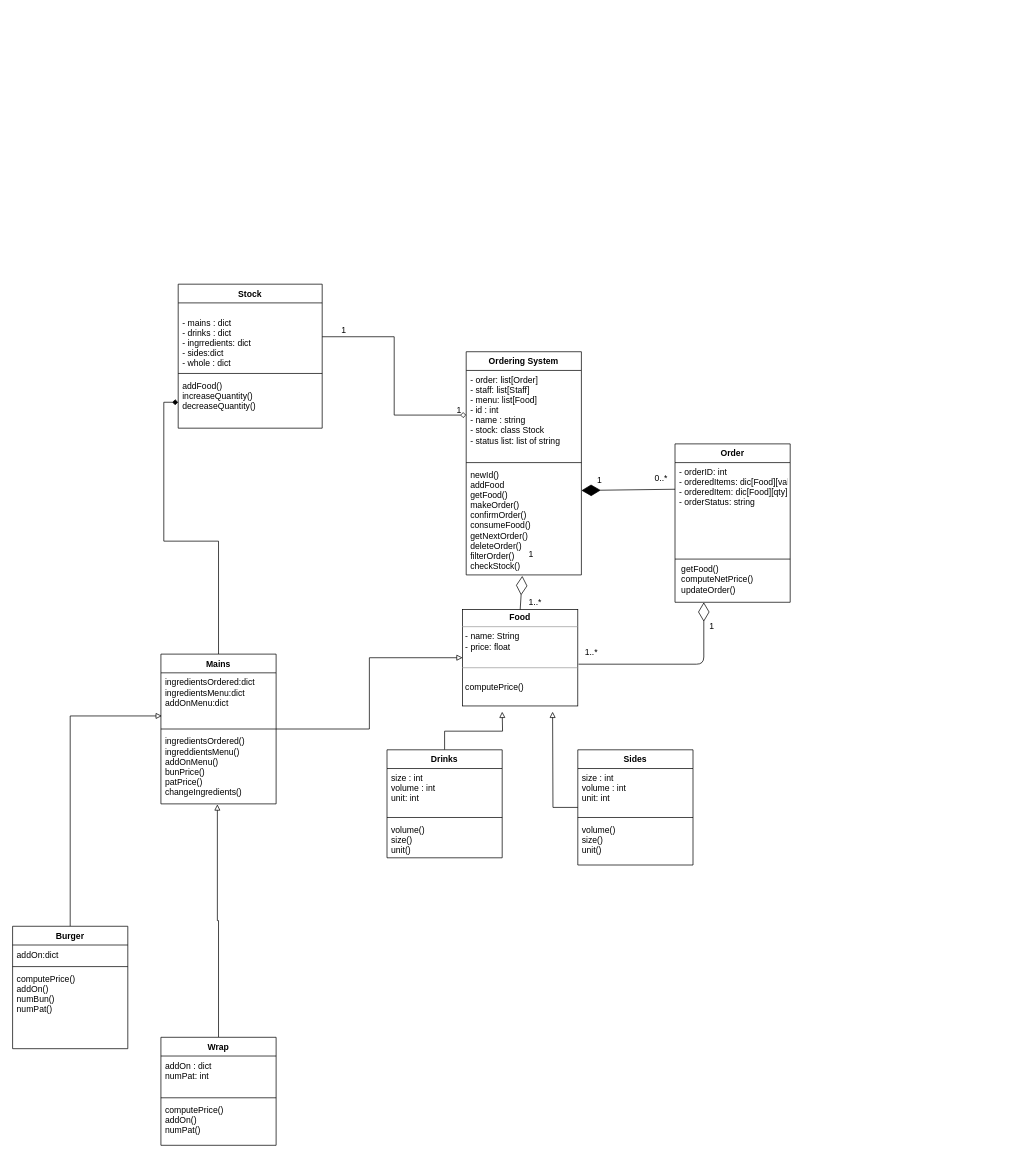
Before: final-report/UML.drawio in Aussie-Panda/Food-Ordering-System, a draw.io diagram. Source tidied: cells renumbered, new cells numbered last; positions are measured from the earlier drawing's top-left corner, leaving out a move shared by most shapes. Both pictures are drawn from the tidied source at 72%, with x=0, y=0 at pixel (12, 284).
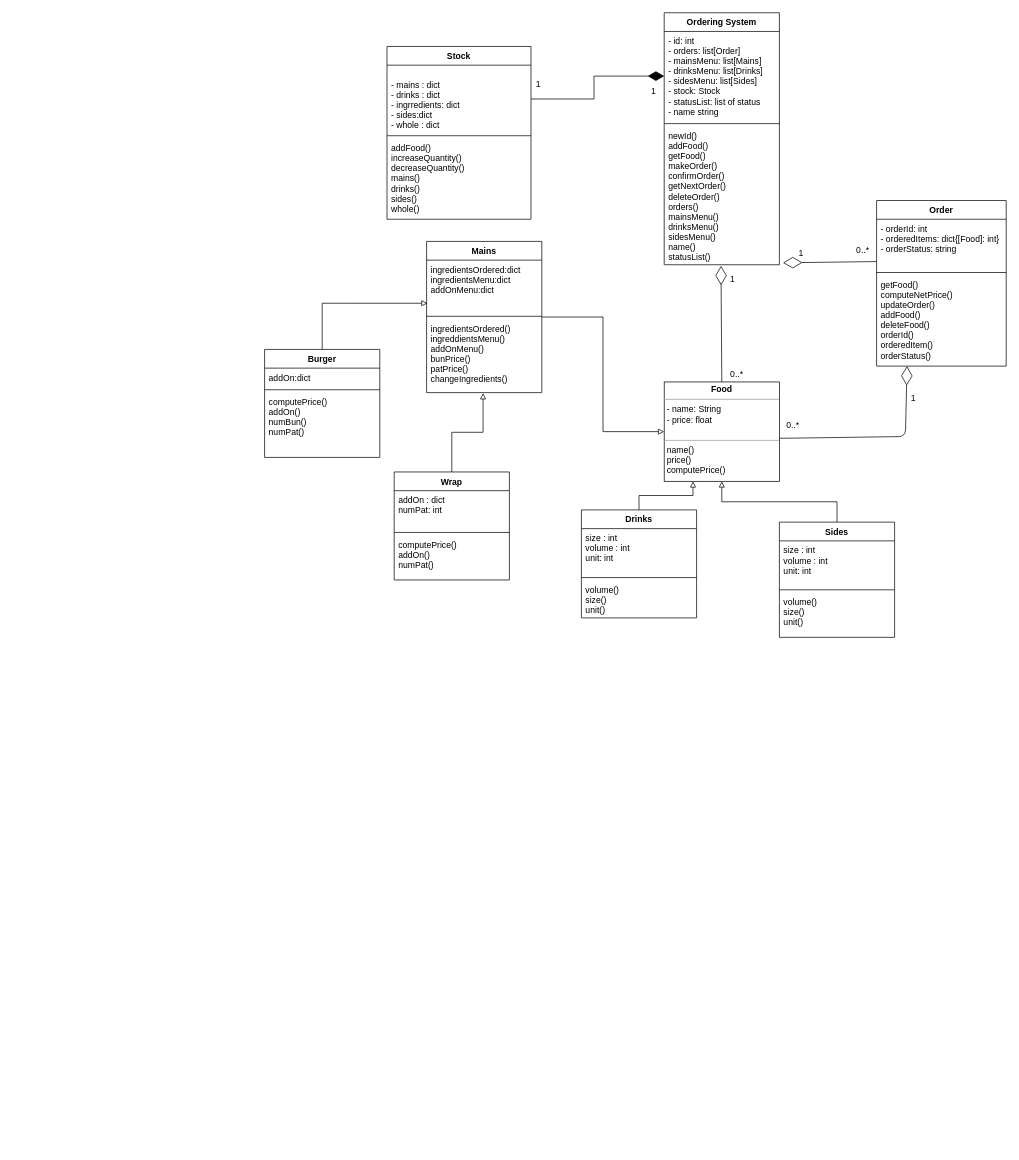
The same page after the edit.

Commit message (it also covers changes not shown here):
final report uml

Unchanged cells that the change refers to:
```xml
<mxCell id="15" value="&#10;- mains : dict&#10;- drinks : dict&#10;- ingrredients: dict&#10;- sides:dict&#10;- whole : dict" style="text;strokeColor=none;fillColor=none;align=left;verticalAlign=top;spacingLeft=4;spacingRight=4;overflow=hidden;points=[[0,0.5],[1,0.5]];portConstraint=eastwest;" parent="14" vertex="1">
  <mxGeometry y="26" width="200" height="94" as="geometry" />
</mxCell>
```

The edit, as a diff of the source:
```diff
@@
-    <mxCell id="2" style="edgeStyle=orthogonalEdgeStyle;rounded=0;orthogonalLoop=1;jettySize=auto;html=1;entryX=1;entryY=0.5;entryDx=0;entryDy=0;endArrow=block;endFill=0;" parent="1" edge="1">
-      <mxGeometry relative="1" as="geometry">
-        <mxPoint x="114.4" y="1096" as="sourcePoint" />
-      </mxGeometry>
-    </mxCell>
-    <mxCell id="3" value="Order" style="swimlane;fontStyle=1;align=center;verticalAlign=top;horizontal=1;startSize=26;" parent="1" vertex="1">
-      <mxGeometry x="920" y="222" width="160" height="220" as="geometry" />
-    </mxCell>
-    <mxCell id="4" value="- orderID: int&#10;- orderedItems: dic[Food][val]&#10;- orderedItem: dic[Food][qty]&#10;- orderStatus: string" style="text;strokeColor=none;fillColor=none;align=left;verticalAlign=top;spacingLeft=4;spacingRight=4;overflow=hidden;" parent="3" vertex="1">
-      <mxGeometry y="26" width="160" height="74" as="geometry" />
-    </mxCell>
-    <mxCell id="5" style="line;strokeWidth=1;fillColor=none;align=left;verticalAlign=middle;spacingTop=-1;spacingLeft=3;spacingRight=3;labelPosition=right;" parent="3" vertex="1">
-      <mxGeometry y="100" width="160" height="120" as="geometry" />
-    </mxCell>
-    <mxCell id="6" value="&lt;p style=&quot;margin: 0px ; margin-top: 4px ; text-align: center&quot;&gt;&lt;b&gt;Food&lt;/b&gt;&lt;/p&gt;&lt;hr size=&quot;1&quot;&gt;&lt;p style=&quot;margin: 0px ; margin-left: 4px&quot;&gt;- name: String&lt;/p&gt;&lt;p style=&quot;margin: 0px ; margin-left: 4px&quot;&gt;- price: float&lt;/p&gt;&lt;p style=&quot;margin: 0px ; margin-left: 4px&quot;&gt;&lt;br&gt;&lt;/p&gt;&lt;hr size=&quot;1&quot;&gt;&lt;p style=&quot;margin: 0px ; margin-left: 4px&quot;&gt;&lt;br&gt;&lt;/p&gt;&lt;p style=&quot;margin: 0px ; margin-left: 4px&quot;&gt;computePrice()&lt;br&gt;&lt;/p&gt;&lt;div&gt;&lt;br&gt;&lt;/div&gt;" style="verticalAlign=top;align=left;overflow=fill;fontSize=12;fontFamily=Helvetica;html=1;" parent="1" vertex="1">
-      <mxGeometry x="625" y="452" width="160" height="134" as="geometry" />
-    </mxCell>
+    <mxCell id="55" style="edgeStyle=orthogonalEdgeStyle;rounded=0;orthogonalLoop=1;jettySize=auto;html=1;entryX=1;entryY=0.5;entryDx=0;entryDy=0;endArrow=block;endFill=0;" parent="1" edge="1">
+      <mxGeometry relative="1" as="geometry">
+        <mxPoint x="394.4" y="779.8" as="sourcePoint" />
+      </mxGeometry>
+    </mxCell>
+    <mxCell id="56" value="&lt;p style=&quot;margin: 0px ; margin-top: 4px ; text-align: center&quot;&gt;&lt;b&gt;Food&lt;/b&gt;&lt;/p&gt;&lt;hr size=&quot;1&quot;&gt;&lt;p style=&quot;margin: 0px ; margin-left: 4px&quot;&gt;- name: String&lt;/p&gt;&lt;p style=&quot;margin: 0px ; margin-left: 4px&quot;&gt;- price: float&lt;/p&gt;&lt;p style=&quot;margin: 0px ; margin-left: 4px&quot;&gt;&lt;br&gt;&lt;/p&gt;&lt;hr size=&quot;1&quot;&gt;&lt;p style=&quot;margin: 0px ; margin-left: 4px&quot;&gt;name()&lt;/p&gt;&lt;p style=&quot;margin: 0px ; margin-left: 4px&quot;&gt;price()&lt;/p&gt;&lt;p style=&quot;margin: 0px ; margin-left: 4px&quot;&gt;computePrice()&lt;/p&gt;&lt;p style=&quot;margin: 0px ; margin-left: 4px&quot;&gt;&lt;br&gt;&lt;/p&gt;" style="verticalAlign=top;align=left;overflow=fill;fontSize=12;fontFamily=Helvetica;html=1;" parent="1" vertex="1">
+      <mxGeometry x="905" y="136" width="160" height="138" as="geometry" />
+    </mxCell>
     <mxCell id="7" value="1&lt;br&gt;" style="text;html=1;align=left;verticalAlign=top;spacingTop=-4;" parent="1" vertex="1">
-      <mxGeometry x="966" y="465" width="20" height="20" as="geometry" />
+      <mxGeometry x="1246" y="148.8" width="20" height="20" as="geometry" />
     </mxCell>
-    <mxCell id="8" style="endArrow=diamondThin;endFill=0;endSize=24;html=1;exitX=0.5;exitY=0;exitDx=0;exitDy=0;entryX=0.487;entryY=1.009;entryDx=0;entryDy=0;entryPerimeter=0;" parent="1" edge="1" source="6" target="22">
-      <mxGeometry relative="1" as="geometry" />
-    </mxCell>
-    <mxCell id="9" value="0..*" style="text;html=1;align=left;verticalAlign=top;spacingTop=-4;" parent="1" vertex="1">
-      <mxGeometry x="890" y="260" width="30" height="20" as="geometry" />
-    </mxCell>
-    <mxCell id="10" value="1" style="text;html=1;align=left;verticalAlign=top;spacingTop=-4;" parent="1" vertex="1">
-      <mxGeometry x="715" y="366" width="20" height="20" as="geometry" />
-    </mxCell>
-    <mxCell id="11" value="1..*" style="text;html=1;align=left;verticalAlign=top;spacingTop=-4;" parent="1" vertex="1">
-      <mxGeometry x="715" y="432" width="30" height="20" as="geometry" />
-    </mxCell>
-    <mxCell id="12" style="endArrow=diamondThin;endFill=0;endSize=24;html=1;exitX=1.006;exitY=0.567;exitDx=0;exitDy=0;exitPerimeter=0;entryX=0.25;entryY=1;entryDx=0;entryDy=0;" parent="1" edge="1" source="6" target="3">
-      <mxGeometry relative="1" as="geometry">
-        <Array as="points">
-          <mxPoint x="960" y="528" />
-        </Array>
-      </mxGeometry>
-    </mxCell>
-    <mxCell id="13" style="endArrow=diamondThin;endFill=1;endSize=24;html=1;exitX=0;exitY=0.601;exitDx=0;exitDy=0;entryX=1;entryY=0.658;entryDx=0;entryDy=0;exitPerimeter=0;entryPerimeter=0;" parent="1" edge="1">
-      <mxGeometry relative="1" as="geometry">
-        <mxPoint x="920" y="285" as="sourcePoint" />
-        <mxPoint x="790" y="286.7" as="targetPoint" />
-      </mxGeometry>
-    </mxCell>
+    <mxCell id="57" style="endArrow=diamondThin;endFill=0;endSize=24;html=1;exitX=0.5;exitY=0;exitDx=0;exitDy=0;entryX=0.493;entryY=1.008;entryDx=0;entryDy=0;entryPerimeter=0;" parent="1" edge="1" source="56" target="80">
+      <mxGeometry relative="1" as="geometry" />
+    </mxCell>
+    <mxCell id="58" value="0..*" style="text;html=1;align=left;verticalAlign=top;spacingTop=-4;" parent="1" vertex="1">
+      <mxGeometry x="1170" y="-56.2" width="30" height="20" as="geometry" />
+    </mxCell>
+    <mxCell id="59" value="1" style="text;html=1;align=left;verticalAlign=top;spacingTop=-4;" parent="1" vertex="1">
+      <mxGeometry x="995" y="-16.2" width="20" height="20" as="geometry" />
+    </mxCell>
+    <mxCell id="60" value="0..*" style="text;html=1;align=left;verticalAlign=top;spacingTop=-4;" parent="1" vertex="1">
+      <mxGeometry x="995" y="115.8" width="30" height="20" as="geometry" />
+    </mxCell>
+    <mxCell id="61" style="endArrow=diamondThin;endFill=0;endSize=24;html=1;exitX=1.006;exitY=0.567;exitDx=0;exitDy=0;exitPerimeter=0;entryX=0.235;entryY=1;entryDx=0;entryDy=0;entryPerimeter=0;" parent="1" edge="1" source="56" target="78">
+      <mxGeometry relative="1" as="geometry">
+        <Array as="points">
+          <mxPoint x="1240" y="211.8" />
+        </Array>
+      </mxGeometry>
+    </mxCell>
+    <mxCell id="62" style="endArrow=diamondThin;endFill=0;endSize=24;html=1;exitX=0;exitY=0.601;exitDx=0;exitDy=0;entryX=1;entryY=0.658;entryDx=0;entryDy=0;exitPerimeter=0;entryPerimeter=0;" parent="1" edge="1">
+      <mxGeometry relative="1" as="geometry">
+        <mxPoint x="1200" y="-31.2" as="sourcePoint" />
+        <mxPoint x="1070" y="-29.5" as="targetPoint" />
+      </mxGeometry>
+    </mxCell>
     <mxCell id="14" value="Stock" style="swimlane;fontStyle=1;align=center;verticalAlign=top;horizontal=1;startSize=26;" parent="1" vertex="1">
-      <mxGeometry x="230" y="0.2" width="200" height="200" as="geometry" />
+      <mxGeometry x="520" y="-330" width="200" height="240" as="geometry" />
     </mxCell>
@@
-    <mxCell id="17" value="addFood()&#10;increaseQuantity()&#10;decreaseQuantity()" style="text;strokeColor=none;fillColor=none;align=left;verticalAlign=top;spacingLeft=4;spacingRight=4;overflow=hidden;points=[[0,0.5],[1,0.5]];portConstraint=eastwest;" parent="14" vertex="1">
-      <mxGeometry y="128" width="200" height="72" as="geometry" />
-    </mxCell>
-    <mxCell id="18" style="edgeStyle=orthogonalEdgeStyle;rounded=0;orthogonalLoop=1;jettySize=auto;html=1;exitX=0.5;exitY=1;exitDx=0;exitDy=0;endArrow=block;endFill=0;" parent="1" edge="1">
-      <mxGeometry relative="1" as="geometry">
-        <mxPoint x="1234.4" y="987" as="sourcePoint" />
-        <mxPoint x="1234.4" y="986.5" as="targetPoint" />
-      </mxGeometry>
-    </mxCell>
-    <mxCell id="19" value="Ordering System&#10;&#10;" style="swimlane;fontStyle=1;align=center;verticalAlign=top;horizontal=1;startSize=26;" parent="1" vertex="1">
-      <mxGeometry x="630" y="94" width="160" height="310" as="geometry" />
-    </mxCell>
-    <mxCell id="20" value="- order: list[Order]&#10;- staff: list[Staff]&#10;- menu: list[Food]&#10;- id : int&#10;- name : string&#10;- stock: class Stock&#10;- status list: list of string&#10;&#10;" style="text;strokeColor=none;fillColor=none;align=left;verticalAlign=top;spacingLeft=4;spacingRight=4;overflow=hidden;points=[[0,0.5],[1,0.5]];portConstraint=eastwest;" parent="19" vertex="1">
-      <mxGeometry y="26" width="160" height="124" as="geometry" />
-    </mxCell>
-    <mxCell id="21" style="line;strokeWidth=1;fillColor=none;align=left;verticalAlign=middle;spacingTop=-1;spacingLeft=3;spacingRight=3;labelPosition=right;" parent="19" vertex="1">
-      <mxGeometry y="150" width="160" height="8" as="geometry" />
-    </mxCell>
-    <mxCell id="22" value="newId()&#10;addFood&#10;getFood()&#10;makeOrder()&#10;confirmOrder()&#10;consumeFood()&#10;getNextOrder()&#10;deleteOrder()&#10;filterOrder()&#10;checkStock()" style="text;strokeColor=none;fillColor=none;align=left;verticalAlign=top;spacingLeft=4;spacingRight=4;overflow=hidden;points=[[0,0.5],[1,0.5]];portConstraint=eastwest;" parent="19" vertex="1">
-      <mxGeometry y="158" width="160" height="152" as="geometry" />
-    </mxCell>
-    <mxCell id="23" value="1" style="text;html=1;align=left;verticalAlign=top;spacingTop=-4;" parent="1" vertex="1">
-      <mxGeometry x="810" y="263" width="20" height="20" as="geometry" />
-    </mxCell>
-    <mxCell id="24" value="1..*" style="text;html=1;align=left;verticalAlign=top;spacingTop=-4;" parent="1" vertex="1">
-      <mxGeometry x="793" y="502" width="30" height="20" as="geometry" />
-    </mxCell>
-    <mxCell id="25" value="getFood()&lt;br&gt;computeNetPrice()&lt;br&gt;updateOrder()&lt;br&gt;" style="text;html=1;align=left;verticalAlign=top;spacingTop=-4;" parent="1" vertex="1">
-      <mxGeometry x="927" y="387" width="120" height="40" as="geometry" />
-    </mxCell>
-    <mxCell id="26" style="edgeStyle=orthogonalEdgeStyle;rounded=0;jettySize=auto;html=1;entryX=0;entryY=0.5;entryDx=0;entryDy=0;endArrow=block;endFill=0;" parent="1" edge="1" source="28" target="6">
-      <mxGeometry relative="1" as="geometry" />
-    </mxCell>
-    <mxCell id="27" style="edgeStyle=orthogonalEdgeStyle;rounded=0;jettySize=auto;html=1;endArrow=diamond;endFill=1;strokeWidth=1;" parent="1" edge="1" source="28" target="17">
-      <mxGeometry relative="1" as="geometry" />
-    </mxCell>
+    <mxCell id="63" value="addFood()&#10;increaseQuantity()&#10;decreaseQuantity()&#10;mains()&#10;drinks()&#10;sides()&#10;whole()&#10;" style="text;strokeColor=none;fillColor=none;align=left;verticalAlign=top;spacingLeft=4;spacingRight=4;overflow=hidden;" parent="14" vertex="1">
+      <mxGeometry y="128" width="200" height="112" as="geometry" />
+    </mxCell>
+    <mxCell id="64" value="1" style="text;html=1;align=left;verticalAlign=top;spacingTop=-4;" parent="1" vertex="1">
+      <mxGeometry x="1090" y="-53.2" width="20" height="20" as="geometry" />
+    </mxCell>
+    <mxCell id="65" value="0..*" style="text;html=1;align=left;verticalAlign=top;spacingTop=-4;" parent="1" vertex="1">
+      <mxGeometry x="1073" y="185.8" width="30" height="20" as="geometry" />
+    </mxCell>
+    <mxCell id="66" style="edgeStyle=orthogonalEdgeStyle;rounded=0;jettySize=auto;html=1;entryX=0;entryY=0.5;entryDx=0;entryDy=0;endArrow=block;endFill=0;" parent="1" edge="1" source="28" target="56">
+      <mxGeometry relative="1" as="geometry" />
+    </mxCell>
     <mxCell id="28" value="Mains" style="swimlane;fontStyle=1;align=center;verticalAlign=top;horizontal=1;startSize=26;" parent="1" vertex="1">
-      <mxGeometry x="206" y="514" width="160" height="208" as="geometry" />
+      <mxGeometry x="575" y="-59.2" width="160" height="210" as="geometry" />
     </mxCell>
@@
     <mxCell id="31" value="ingredientsOrdered()&#10;ingreddientsMenu()&#10;addOnMenu()&#10;bunPrice()&#10;patPrice()&#10;changeIngredients()&#10;" style="text;strokeColor=none;fillColor=none;align=left;verticalAlign=top;spacingLeft=4;spacingRight=4;overflow=hidden;points=[[0,0.5],[1,0.5]];portConstraint=eastwest;" parent="28" vertex="1">
-      <mxGeometry y="108" width="160" height="100" as="geometry" />
+      <mxGeometry y="108" width="160" height="102" as="geometry" />
     </mxCell>
@@
     <mxCell id="33" value="Burger" style="swimlane;fontStyle=1;align=center;verticalAlign=top;horizontal=1;startSize=26;" parent="1" vertex="1">
-      <mxGeometry y="892" width="160" height="170" as="geometry" />
+      <mxGeometry x="350" y="90.8" width="160" height="150" as="geometry" />
     </mxCell>
@@
     <mxCell id="36" value="computePrice()&#10;addOn()&#10;numBun()&#10;numPat()&#10;" style="text;strokeColor=none;fillColor=none;align=left;verticalAlign=top;spacingLeft=4;spacingRight=4;overflow=hidden;" parent="33" vertex="1">
-      <mxGeometry y="60" width="160" height="110" as="geometry" />
+      <mxGeometry y="60" width="160" height="90" as="geometry" />
     </mxCell>
@@
     <mxCell id="38" value="Wrap" style="swimlane;fontStyle=1;align=center;verticalAlign=top;horizontal=1;startSize=26;" parent="1" vertex="1">
-      <mxGeometry x="206" y="1046.2" width="160" height="150" as="geometry" />
+      <mxGeometry x="530" y="261" width="160" height="150" as="geometry" />
     </mxCell>
@@
-    <mxCell id="42" style="edgeStyle=orthogonalEdgeStyle;rounded=0;jettySize=auto;html=1;endArrow=block;endFill=0;" parent="1" edge="1" source="43">
-      <mxGeometry relative="1" as="geometry">
-        <mxPoint x="680" y="594" as="targetPoint" />
-      </mxGeometry>
-    </mxCell>
+    <mxCell id="67" style="edgeStyle=orthogonalEdgeStyle;rounded=0;jettySize=auto;html=1;endArrow=block;endFill=0;entryX=0.25;entryY=1;entryDx=0;entryDy=0;" parent="1" edge="1" source="43" target="56">
+      <mxGeometry relative="1" as="geometry" />
+    </mxCell>
     <mxCell id="43" value="Drinks" style="swimlane;fontStyle=1;align=center;verticalAlign=top;horizontal=1;startSize=26;" parent="1" vertex="1">
-      <mxGeometry x="520" y="646.9" width="160" height="150" as="geometry" />
+      <mxGeometry x="790" y="313.7" width="160" height="150" as="geometry" />
     </mxCell>
-    <mxCell id="44" value="size : int&#10;volume : int&#10;unit: int&#10;" style="text;strokeColor=none;fillColor=none;align=left;verticalAlign=top;spacingLeft=4;spacingRight=4;overflow=hidden;" parent="43" vertex="1">
-      <mxGeometry y="26" width="160" height="64" as="geometry" />
-    </mxCell>
-    <mxCell id="45" style="line;strokeWidth=1;fillColor=none;align=left;verticalAlign=middle;spacingTop=-1;spacingLeft=3;spacingRight=3;labelPosition=right;" parent="43" vertex="1">
-      <mxGeometry y="90" width="160" height="8" as="geometry" />
-    </mxCell>
+    <mxCell id="68" value="size : int&#10;volume : int&#10;unit: int&#10;" style="text;strokeColor=none;fillColor=none;align=left;verticalAlign=top;spacingLeft=4;spacingRight=4;overflow=hidden;" parent="43" vertex="1">
+      <mxGeometry y="26" width="160" height="64" as="geometry" />
+    </mxCell>
+    <mxCell id="69" style="line;strokeWidth=1;fillColor=none;align=left;verticalAlign=middle;spacingTop=-1;spacingLeft=3;spacingRight=3;labelPosition=right;" parent="43" vertex="1">
+      <mxGeometry y="90" width="160" height="8" as="geometry" />
+    </mxCell>
@@
-    <mxCell id="47" style="edgeStyle=orthogonalEdgeStyle;rounded=0;jettySize=auto;html=1;endArrow=block;endFill=0;" parent="1" edge="1" source="48">
-      <mxGeometry relative="1" as="geometry">
-        <mxPoint x="750" y="594" as="targetPoint" />
-      </mxGeometry>
-    </mxCell>
+    <mxCell id="70" style="edgeStyle=orthogonalEdgeStyle;rounded=0;jettySize=auto;html=1;endArrow=block;endFill=0;" parent="1" edge="1" source="48" target="56">
+      <mxGeometry relative="1" as="geometry" />
+    </mxCell>
     <mxCell id="48" value="Sides" style="swimlane;fontStyle=1;align=center;verticalAlign=top;horizontal=1;startSize=26;" parent="1" vertex="1">
-      <mxGeometry x="785" y="646.9" width="160" height="160" as="geometry" />
+      <mxGeometry x="1065" y="330.7" width="160" height="160" as="geometry" />
     </mxCell>
-    <mxCell id="49" value="size : int&#10;volume : int&#10;unit: int&#10;" style="text;strokeColor=none;fillColor=none;align=left;verticalAlign=top;spacingLeft=4;spacingRight=4;overflow=hidden;" parent="48" vertex="1">
-      <mxGeometry y="26" width="160" height="64" as="geometry" />
-    </mxCell>
-    <mxCell id="50" style="line;strokeWidth=1;fillColor=none;align=left;verticalAlign=middle;spacingTop=-1;spacingLeft=3;spacingRight=3;labelPosition=right;" parent="48" vertex="1">
-      <mxGeometry y="90" width="160" height="8" as="geometry" />
-    </mxCell>
+    <mxCell id="71" value="size : int&#10;volume : int&#10;unit: int&#10;" style="text;strokeColor=none;fillColor=none;align=left;verticalAlign=top;spacingLeft=4;spacingRight=4;overflow=hidden;" parent="48" vertex="1">
+      <mxGeometry y="26" width="160" height="64" as="geometry" />
+    </mxCell>
+    <mxCell id="72" style="line;strokeWidth=1;fillColor=none;align=left;verticalAlign=middle;spacingTop=-1;spacingLeft=3;spacingRight=3;labelPosition=right;" parent="48" vertex="1">
+      <mxGeometry y="90" width="160" height="8" as="geometry" />
+    </mxCell>
@@
-    <mxCell id="52" style="edgeStyle=orthogonalEdgeStyle;rounded=0;jettySize=auto;html=1;endArrow=diamond;endFill=0;strokeWidth=1;" parent="1" edge="1" source="15" target="20">
-      <mxGeometry relative="1" as="geometry" />
-    </mxCell>
-    <mxCell id="53" value="1" style="text;html=1;align=left;verticalAlign=top;spacingTop=-4;" parent="1" vertex="1">
-      <mxGeometry x="615" y="166" width="20" height="20" as="geometry" />
-    </mxCell>
-    <mxCell id="54" value="1" style="text;html=1;align=left;verticalAlign=top;spacingTop=-4;" parent="1" vertex="1">
-      <mxGeometry x="455" y="54" width="20" height="20" as="geometry" />
-    </mxCell>
+    <mxCell id="73" style="edgeStyle=orthogonalEdgeStyle;rounded=0;jettySize=auto;html=1;endArrow=diamondThin;endFill=1;strokeWidth=1;endSize=20;" parent="1" edge="1" source="15" target="79">
+      <mxGeometry relative="1" as="geometry" />
+    </mxCell>
+    <mxCell id="74" value="1" style="text;html=1;align=left;verticalAlign=top;spacingTop=-4;" parent="1" vertex="1">
+      <mxGeometry x="885" y="-277.2" width="20" height="20" as="geometry" />
+    </mxCell>
+    <mxCell id="75" value="1" style="text;html=1;align=left;verticalAlign=top;spacingTop=-4;" parent="1" vertex="1">
+      <mxGeometry x="725" y="-287.2" width="20" height="20" as="geometry" />
+    </mxCell>
+    <mxCell id="3" value="Order" style="swimlane;fontStyle=1;align=center;verticalAlign=top;horizontal=1;startSize=26;" parent="1" vertex="1">
+      <mxGeometry x="1200" y="-116" width="180" height="230" as="geometry" />
+    </mxCell>
+    <mxCell id="76" value="- orderId: int&#10;- orderedItems: dict{[Food]: int}&#10;- orderStatus: string&#10;&#10;" style="text;strokeColor=none;fillColor=none;align=left;verticalAlign=top;spacingLeft=4;spacingRight=4;overflow=hidden;" parent="3" vertex="1">
+      <mxGeometry y="26" width="180" height="70" as="geometry" />
+    </mxCell>
+    <mxCell id="77" style="line;strokeWidth=1;fillColor=none;align=left;verticalAlign=middle;spacingTop=-1;spacingLeft=3;spacingRight=3;labelPosition=right;" parent="3" vertex="1">
+      <mxGeometry y="96" width="180" height="8" as="geometry" />
+    </mxCell>
+    <mxCell id="78" value="getFood() &#10;computeNetPrice()&#10;updateOrder()&#10;addFood()&#10;deleteFood()&#10;orderId()&#10;orderedItem()&#10;orderStatus()" style="text;strokeColor=none;fillColor=none;align=left;verticalAlign=top;spacingLeft=4;spacingRight=4;overflow=hidden;points=[[0,0.5],[1,0.5]];portConstraint=eastwest;" parent="3" vertex="1">
+      <mxGeometry y="104" width="180" height="126" as="geometry" />
+    </mxCell>
+    <mxCell id="19" value="Ordering System&#10;&#10;" style="swimlane;fontStyle=1;align=center;verticalAlign=top;horizontal=1;startSize=26;" parent="1" vertex="1">
+      <mxGeometry x="905" y="-376.8" width="160" height="350" as="geometry" />
+    </mxCell>
+    <mxCell id="79" value="- id: int&#10;- orders: list[Order]&#10;- mainsMenu: list[Mains]&#10;- drinksMenu: list[Drinks]&#10;- sidesMenu: list[Sides]&#10;- stock: Stock&#10;- statusList: list of status&#10;- name string" style="text;strokeColor=none;fillColor=none;align=left;verticalAlign=top;spacingLeft=4;spacingRight=4;overflow=hidden;points=[[0,0.5],[1,0.5]];portConstraint=eastwest;" parent="19" vertex="1">
+      <mxGeometry y="26" width="160" height="124" as="geometry" />
+    </mxCell>
+    <mxCell id="21" style="line;strokeWidth=1;fillColor=none;align=left;verticalAlign=middle;spacingTop=-1;spacingLeft=3;spacingRight=3;labelPosition=right;" parent="19" vertex="1">
+      <mxGeometry y="150" width="160" height="8" as="geometry" />
+    </mxCell>
+    <mxCell id="80" value="newId()&#10;addFood()&#10;getFood()&#10;makeOrder()&#10;confirmOrder()&#10;getNextOrder()&#10;deleteOrder()&#10;orders()&#10;mainsMenu()&#10;drinksMenu()&#10;sidesMenu()&#10;name()&#10;statusList()&#10;" style="text;strokeColor=none;fillColor=none;align=left;verticalAlign=top;spacingLeft=4;spacingRight=4;overflow=hidden;points=[[0,0.5],[1,0.5]];portConstraint=eastwest;" parent="19" vertex="1">
+      <mxGeometry y="158" width="160" height="192" as="geometry" />
+    </mxCell>
```
